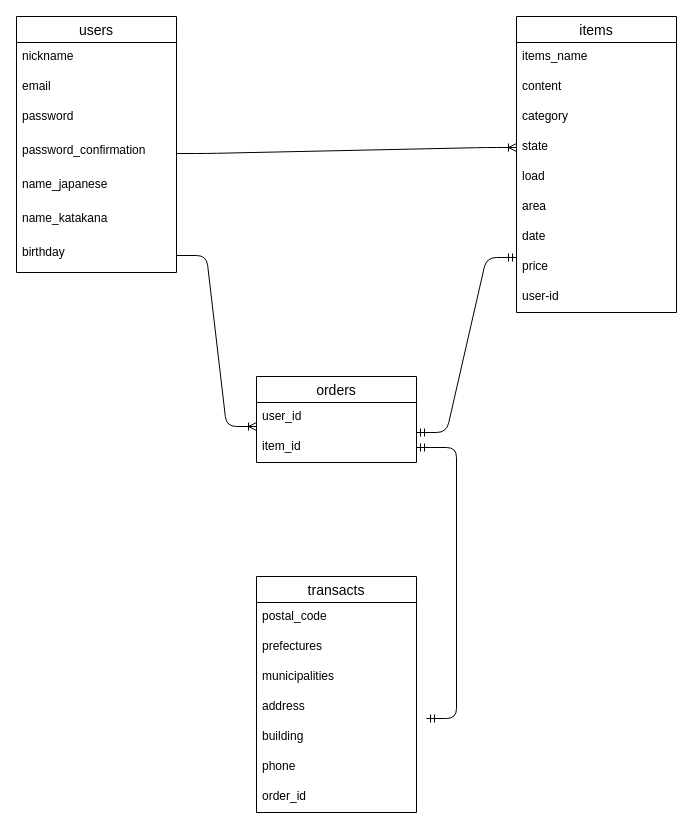
Before: ER.dio in ishsho/furima-38817, a draw.io diagram. Source tidied: cells renumbered, new cells numbered last; positions are measured from the earlier drawing's top-left corner, leaving out a move shared by most shapes. Both pictures are drawn from the tidied source at 100%, with x=0, y=0 at pixel (16, 16).
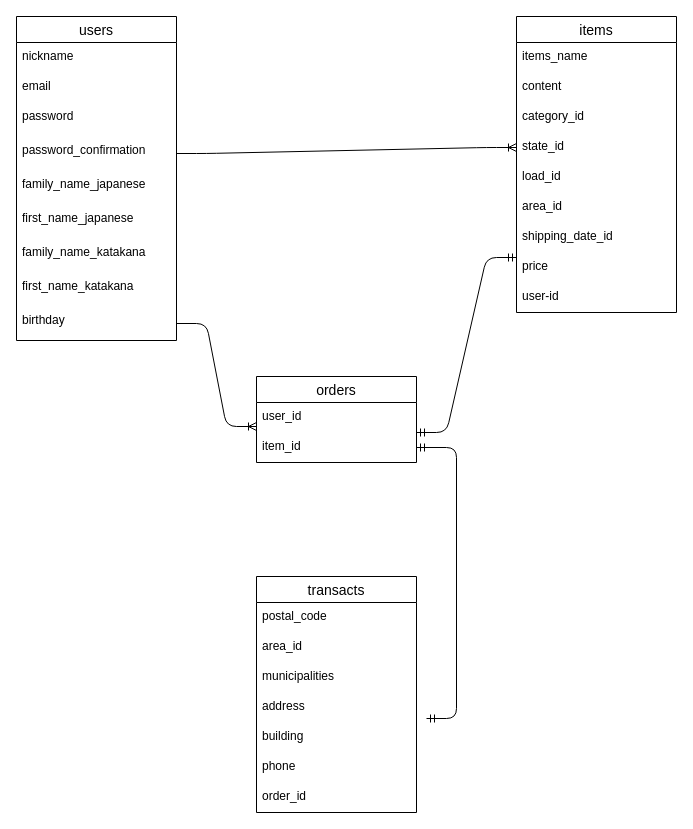
After the change.

Unchanged cells that the change refers to:
```xml
<mxCell id="10" value="items" style="swimlane;fontStyle=0;horizontal=1;startSize=26;align=center;fontSize=14;" parent="1" vertex="1">
  <mxGeometry x="500" width="160" height="296" as="geometry" />
</mxCell>
<mxCell id="23" value="transacts" style="swimlane;fontStyle=0;horizontal=1;startSize=26;align=center;fontSize=14;" parent="1" vertex="1">
  <mxGeometry x="240" y="560" width="160" height="236" as="geometry" />
</mxCell>
```

What changed in the source:
```diff
@@
     <mxCell id="2" value="users" style="swimlane;fontStyle=0;horizontal=1;startSize=26;align=center;fontSize=14;" parent="1" vertex="1">
-      <mxGeometry width="160" height="256" as="geometry" />
+      <mxGeometry width="160" height="324" as="geometry" />
     </mxCell>
@@
-    <mxCell id="7" value="name_japanese" style="text;strokeColor=none;fillColor=none;spacingLeft=4;spacingRight=4;overflow=hidden;fontSize=12;" parent="2" vertex="1">
+    <mxCell id="7" value="family_name_japanese" style="text;strokeColor=none;fillColor=none;spacingLeft=4;spacingRight=4;overflow=hidden;fontSize=12;" parent="2" vertex="1">
       <mxGeometry y="154" width="160" height="34" as="geometry" />
     </mxCell>
+    <mxCell id="35" value="first_name_japanese" style="text;strokeColor=none;fillColor=none;spacingLeft=4;spacingRight=4;overflow=hidden;fontSize=12;" parent="2" vertex="1">
+      <mxGeometry y="188" width="160" height="34" as="geometry" />
+    </mxCell>
+    <mxCell id="36" value="family_name_katakana" style="text;strokeColor=none;fillColor=none;spacingLeft=4;spacingRight=4;overflow=hidden;fontSize=12;" parent="2" vertex="1">
+      <mxGeometry y="222" width="160" height="34" as="geometry" />
+    </mxCell>
-    <mxCell id="8" value="name_katakana" style="text;strokeColor=none;fillColor=none;spacingLeft=4;spacingRight=4;overflow=hidden;fontSize=12;" parent="2" vertex="1">
-      <mxGeometry y="188" width="160" height="34" as="geometry" />
+    <mxCell id="8" value="first_name_katakana" style="text;strokeColor=none;fillColor=none;spacingLeft=4;spacingRight=4;overflow=hidden;fontSize=12;" parent="2" vertex="1">
+      <mxGeometry y="256" width="160" height="34" as="geometry" />
     </mxCell>
     <mxCell id="9" value="birthday" style="text;strokeColor=none;fillColor=none;spacingLeft=4;spacingRight=4;overflow=hidden;points=[[0,0.5],[1,0.5]];portConstraint=eastwest;fontSize=12;" parent="2" vertex="1">
-      <mxGeometry y="222" width="160" height="34" as="geometry" />
+      <mxGeometry y="290" width="160" height="34" as="geometry" />
     </mxCell>
@@
-    <mxCell id="13" value="category" style="text;strokeColor=none;fillColor=none;spacingLeft=4;spacingRight=4;overflow=hidden;fontSize=12;" parent="10" vertex="1">
+    <mxCell id="13" value="category_id" style="text;strokeColor=none;fillColor=none;spacingLeft=4;spacingRight=4;overflow=hidden;fontSize=12;" parent="10" vertex="1">
       <mxGeometry y="86" width="160" height="30" as="geometry" />
     </mxCell>
-    <mxCell id="14" value="state" style="text;strokeColor=none;fillColor=none;spacingLeft=4;spacingRight=4;overflow=hidden;points=[[0,0.5],[1,0.5]];portConstraint=eastwest;fontSize=12;" parent="10" vertex="1">
+    <mxCell id="14" value="state_id" style="text;strokeColor=none;fillColor=none;spacingLeft=4;spacingRight=4;overflow=hidden;points=[[0,0.5],[1,0.5]];portConstraint=eastwest;fontSize=12;" parent="10" vertex="1">
       <mxGeometry y="116" width="160" height="30" as="geometry" />
     </mxCell>
-    <mxCell id="15" value="load" style="text;strokeColor=none;fillColor=none;spacingLeft=4;spacingRight=4;overflow=hidden;fontSize=12;" parent="10" vertex="1">
+    <mxCell id="15" value="load_id" style="text;strokeColor=none;fillColor=none;spacingLeft=4;spacingRight=4;overflow=hidden;fontSize=12;" parent="10" vertex="1">
       <mxGeometry y="146" width="160" height="30" as="geometry" />
     </mxCell>
-    <mxCell id="16" value="area" style="text;strokeColor=none;fillColor=none;spacingLeft=4;spacingRight=4;overflow=hidden;fontSize=12;" parent="10" vertex="1">
+    <mxCell id="16" value="area_id" style="text;strokeColor=none;fillColor=none;spacingLeft=4;spacingRight=4;overflow=hidden;fontSize=12;" parent="10" vertex="1">
       <mxGeometry y="176" width="160" height="30" as="geometry" />
     </mxCell>
-    <mxCell id="17" value="date" style="text;strokeColor=none;fillColor=none;spacingLeft=4;spacingRight=4;overflow=hidden;fontSize=12;" parent="10" vertex="1">
+    <mxCell id="17" value="shipping_date_id" style="text;strokeColor=none;fillColor=none;spacingLeft=4;spacingRight=4;overflow=hidden;fontSize=12;" parent="10" vertex="1">
       <mxGeometry y="206" width="160" height="30" as="geometry" />
     </mxCell>
@@
-    <mxCell id="25" value="prefectures" style="text;strokeColor=none;fillColor=none;spacingLeft=4;spacingRight=4;overflow=hidden;fontSize=12;" parent="23" vertex="1">
+    <mxCell id="25" value="area_id" style="text;strokeColor=none;fillColor=none;spacingLeft=4;spacingRight=4;overflow=hidden;fontSize=12;" parent="23" vertex="1">
       <mxGeometry y="56" width="160" height="30" as="geometry" />
     </mxCell>
```
